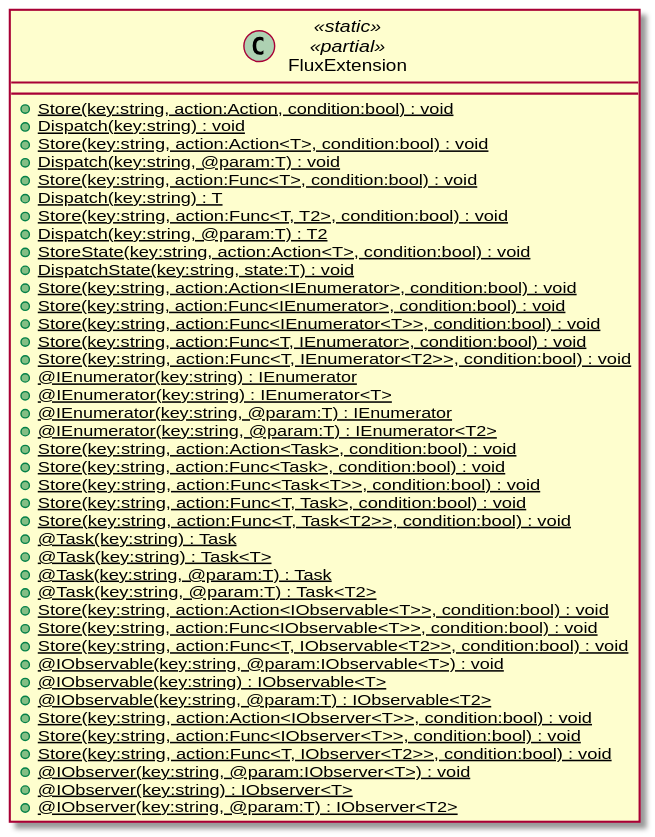
This is UML~/UniFlux.String.svg from xavierarpa/UniFlux, a PlantUML export, as it was before one commit.
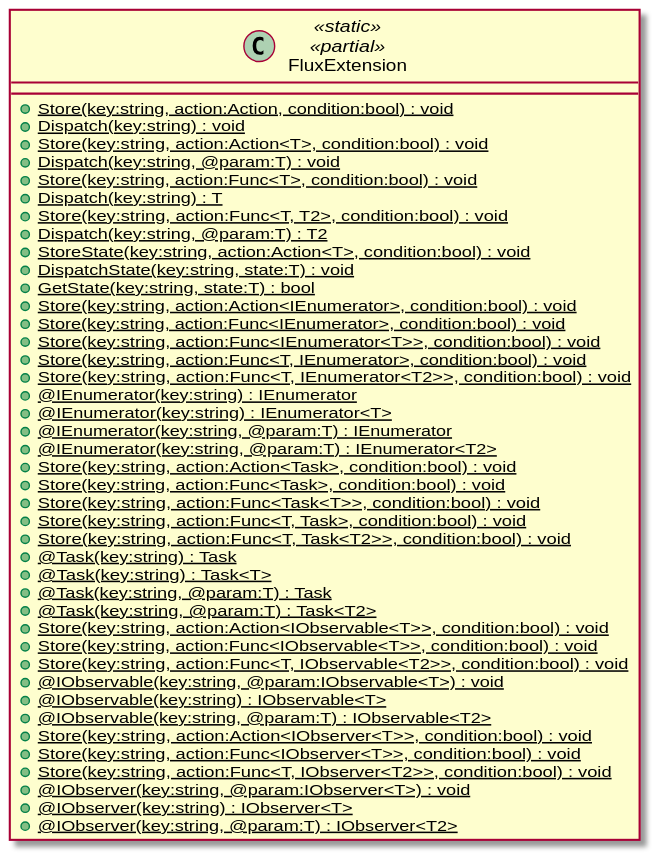
After the change.

The edit, as a diff of the source:
```diff
@@ -18,6 +18,7 @@
 class FluxExtension <<static>> <<partial>> {
     + {static} StoreState(key:string, action:Action<T>, condition:bool) : void
     + {static} DispatchState(key:string, state:T) : void
+    + {static} GetState(key:string, state:T) : bool
 }
 class FluxExtension <<static>> <<partial>> {
     + {static} Store(key:string, action:Action<IEnumerator>, condition:bool) : void
```
